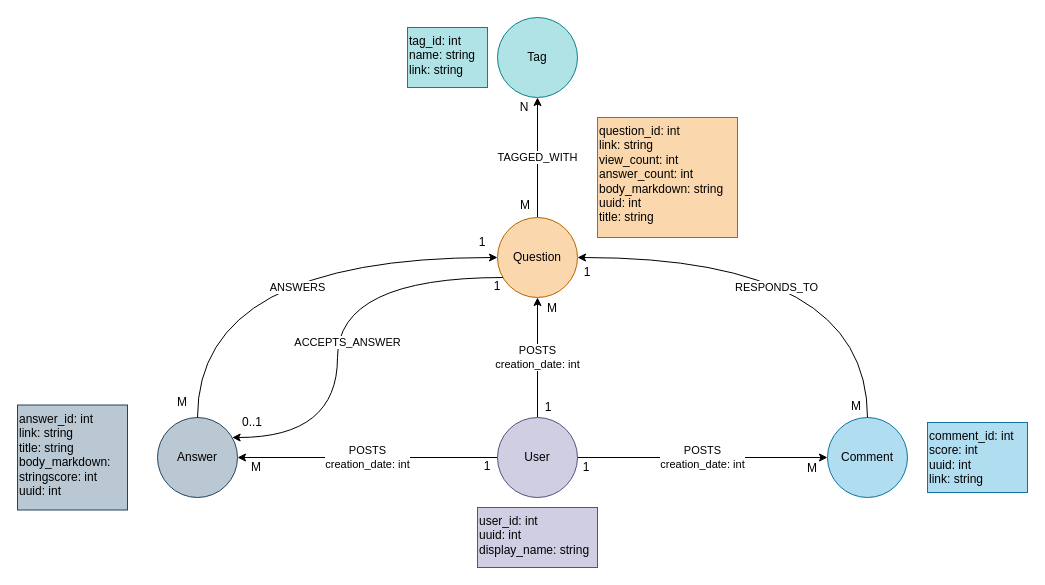
This is page "StackOverflow_Graph_Model" (3 of 4) of report/StackOverflow.drawio from sharie-rhea/cs-590, a draw.io file, before an edit. Source tidied: cells renumbered, new cells numbered last; positions are measured from the earlier drawing's top-left corner, leaving out a move shared by most shapes. Both pictures are drawn from the tidied source at 100%, with x=0, y=0 at pixel (17, 17).
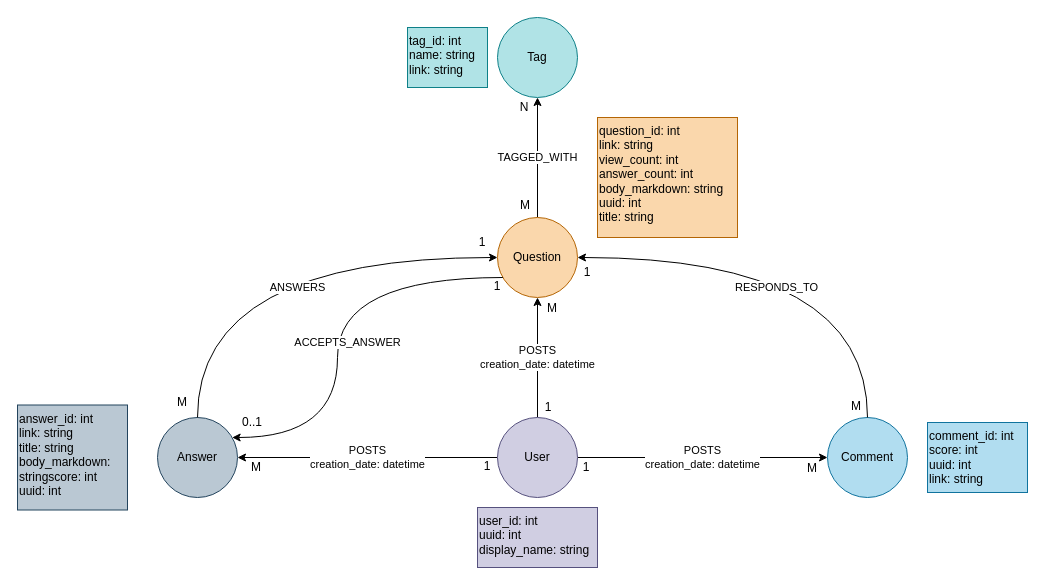
The same diagram, later.

Unchanged cells that the change refers to:
```xml
<mxCell id="2" value="Answer" style="ellipse;whiteSpace=wrap;html=1;fillColor=#bac8d3;strokeColor=#23445d;" parent="1" vertex="1">
  <mxGeometry x="140" y="400" width="80" height="80" as="geometry" />
</mxCell>
<mxCell id="3" value="&lt;div&gt;Comment&lt;/div&gt;" style="ellipse;whiteSpace=wrap;html=1;fillColor=#b1ddf0;strokeColor=#10739e;" parent="1" vertex="1">
  <mxGeometry x="810" y="400" width="80" height="80" as="geometry" />
</mxCell>
<mxCell id="8" value="User" style="ellipse;whiteSpace=wrap;html=1;fillColor=#d0cee2;strokeColor=#56517e;" parent="1" vertex="1">
  <mxGeometry x="480" y="400" width="80" height="80" as="geometry" />
</mxCell>
<mxCell id="9" value="Question" style="ellipse;whiteSpace=wrap;html=1;fillColor=#fad7ac;strokeColor=#b46504;" parent="1" vertex="1">
  <mxGeometry x="480" y="200" width="80" height="80" as="geometry" />
</mxCell>
```

What changed in the source:
```diff
@@
-    <mxCell id="4" value="&lt;div&gt;POSTS&lt;/div&gt;creation_date: int" style="edgeStyle=orthogonalEdgeStyle;rounded=0;jettySize=auto;html=1;" parent="1" edge="1" source="8" target="2">
+    <mxCell id="4" value="&lt;div&gt;POSTS&lt;/div&gt;creation_date: datetime" style="edgeStyle=orthogonalEdgeStyle;rounded=0;jettySize=auto;html=1;" parent="1" edge="1" source="8" target="2">
       <mxGeometry relative="1" as="geometry" />
     </mxCell>
-    <mxCell id="5" value="&lt;div&gt;POSTS&lt;/div&gt;creation_date: int" style="edgeStyle=orthogonalEdgeStyle;rounded=0;jettySize=auto;html=1;" parent="1" edge="1" source="8" target="3">
+    <mxCell id="5" value="&lt;div&gt;POSTS&lt;/div&gt;creation_date: datetime" style="edgeStyle=orthogonalEdgeStyle;rounded=0;jettySize=auto;html=1;" parent="1" edge="1" source="8" target="3">
       <mxGeometry relative="1" as="geometry" />
     </mxCell>
-    <mxCell id="6" value="&lt;div&gt;POSTS&lt;/div&gt;creation_date: int" style="edgeStyle=orthogonalEdgeStyle;rounded=0;jettySize=auto;html=1;" parent="1" edge="1" source="8" target="9">
+    <mxCell id="6" value="&lt;div&gt;POSTS&lt;/div&gt;creation_date: datetime" style="edgeStyle=orthogonalEdgeStyle;rounded=0;jettySize=auto;html=1;" parent="1" edge="1" source="8" target="9">
       <mxGeometry relative="1" as="geometry" />
     </mxCell>
```
